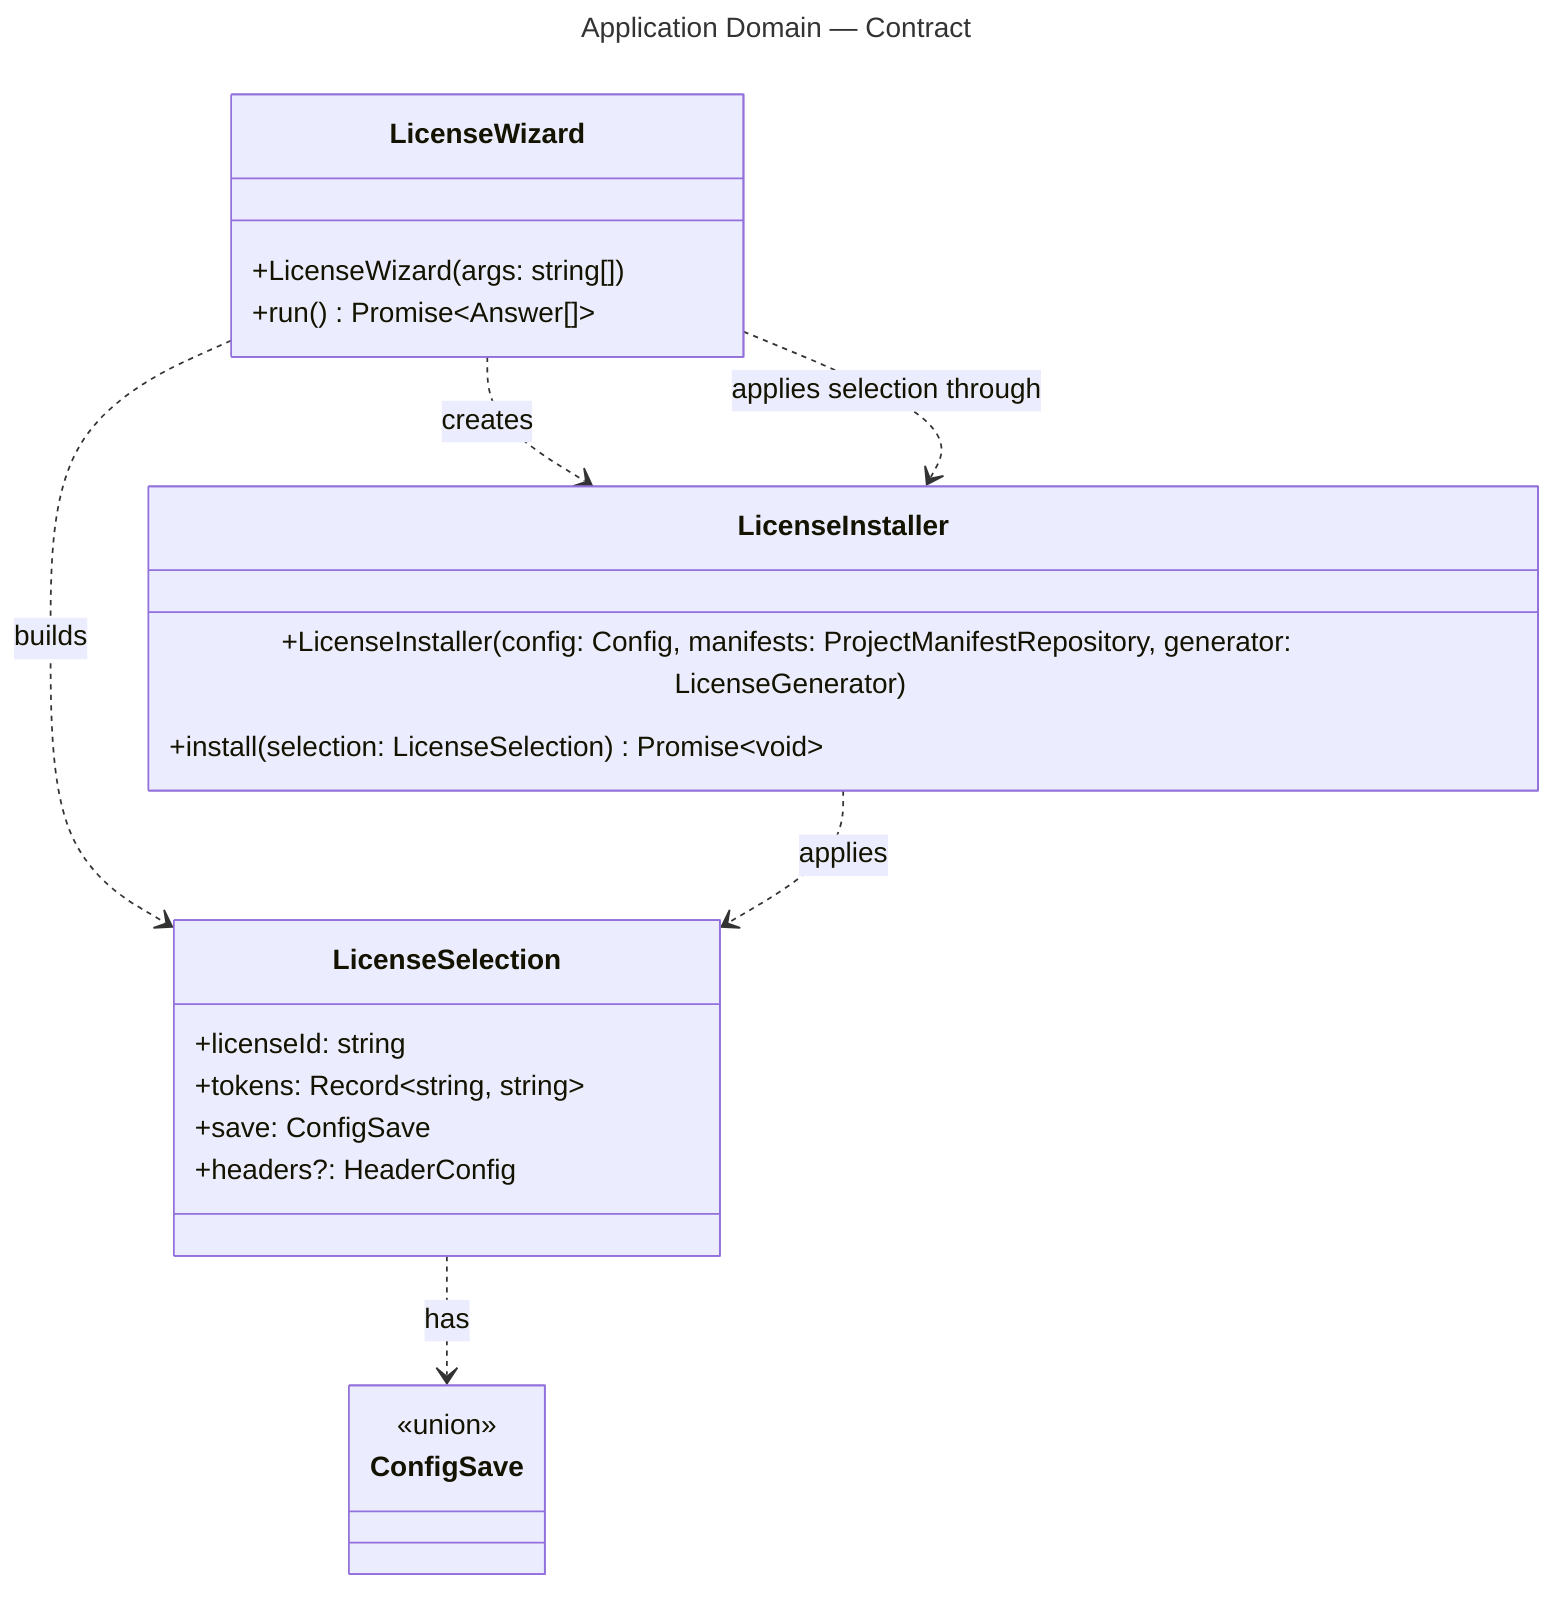
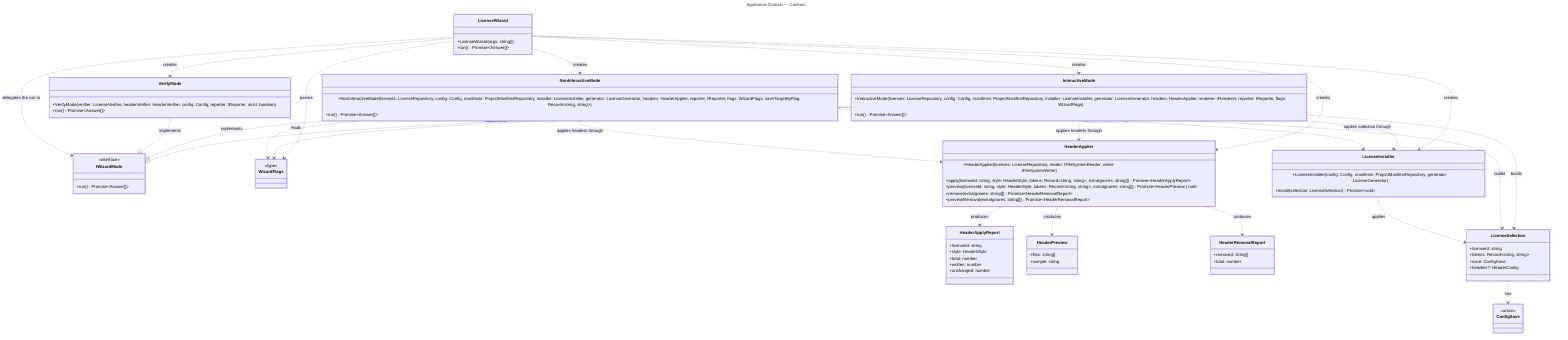
---
title: Application Domain — Contract
---
classDiagram
  direction TB

-   %% Domain: Application (src root)
+   %% Domain: Application (src root + src/modes)
  %% Focused per-domain view extracted from ../class-diagram.mmd.
  %% Shows ONLY Application-domain classes and their intra-domain relationships.
  %% Cross-domain relationships (to CLI, Licensing, Configuration, Headers, Verify)
  %% are intentionally omitted — see ../class-diagram.mmd for the full picture.
  %%
-   %% LicenseWizard is the bootstrap / composition root: it wires the whole
-   %% application together. Most of its relationships point outward into other
-   %% domains and so do not appear here.
+   %% LicenseWizard is the bootstrap / composition root and the mode router: it
+   %% wires the shared graph together and delegates each run to one of the three
+   %% modes through the IWizardMode contract. Most of its (and the modes')
+   %% relationships point outward into other domains and so do not appear here.

  class LicenseWizard {
    +LicenseWizard(args: string[])
    +run() Promise~Answer[]~
  }

+   class IWizardMode {
+     <<interface>>
+     +run() Promise~Answer[]~
+   }
+ 
+   class InteractiveMode {
+     +InteractiveMode(licenses: LicenseRepository, config: Config, manifests: ProjectManifestRepository, installer: LicenseInstaller, generator: LicenseGenerator, headers: HeaderApplier, renderer: IRenderer, reporter: IReporter, flags: WizardFlags)
+     +run() Promise~Answer[]~
+   }
+ 
+   class NonInteractiveMode {
+     +NonInteractiveMode(licenses: LicenseRepository, config: Config, manifests: ProjectManifestRepository, installer: LicenseInstaller, generator: LicenseGenerator, headers: HeaderApplier, reporter: IReporter, flags: WizardFlags, saveTargetByFlag: Record~string, string~)
+     +run() Promise~Answer[]~
+   }
+ 
+   class VerifyMode {
+     +VerifyMode(verifier: LicenseVerifier, headerVerifier: HeaderVerifier, config: Config, reporter: IReporter, strict: boolean)
+     +run() Promise~Answer[]~
+   }
+ 
+   class WizardFlags {
+     <<type>>
+   }
+ 
  class LicenseInstaller {
    +LicenseInstaller(config: Config, manifests: ProjectManifestRepository, generator: LicenseGenerator)
    +install(selection: LicenseSelection) Promise~void~
+   }
+ 
+   class HeaderApplier {
+     +HeaderApplier(licenses: LicenseRepository, reader: IFileSystemReader, writer: IFileSystemWriter)
+     +apply(licenseId: string, style: HeaderStyle, tokens: Record~string, string~, extraIgnores: string[]) Promise~HeaderApplyReport~
+     +preview(licenseId: string, style: HeaderStyle, tokens: Record~string, string~, extraIgnores: string[]) Promise~HeaderPreview | null~
+     +remove(extraIgnores: string[]) Promise~HeaderRemovalReport~
+     +previewRemoval(extraIgnores: string[]) Promise~HeaderRemovalReport~
+   }
+ 
+   class HeaderApplyReport {
+     +licenseId: string
+     +style: HeaderStyle
+     +total: number
+     +written: number
+     +unchanged: number
+   }
+ 
+   class HeaderPreview {
+     +files: string[]
+     +sample: string
+   }
+ 
+   class HeaderRemovalReport {
+     +removed: string[]
+     +total: number
  }

  class LicenseSelection {
    +licenseId: string
    +tokens: Record~string, string~
    +save: ConfigSave
    +headers?: HeaderConfig
  }

  class ConfigSave {
    <<union>>
  }

+   InteractiveMode ..|> IWizardMode : implements
+   NonInteractiveMode ..|> IWizardMode : implements
+   VerifyMode ..|> IWizardMode : implements
+ 
+   LicenseWizard ..> IWizardMode : delegates the run to
+   LicenseWizard ..> InteractiveMode : creates
+   LicenseWizard ..> NonInteractiveMode : creates
+   LicenseWizard ..> VerifyMode : creates
  LicenseWizard ..> LicenseInstaller : creates
-   LicenseWizard ..> LicenseInstaller : applies selection through
-   LicenseWizard ..> LicenseSelection : builds
+   LicenseWizard ..> HeaderApplier : creates
+   LicenseWizard ..> WizardFlags : parses
+ 
+   InteractiveMode ..> LicenseInstaller : applies selection through
+   NonInteractiveMode ..> LicenseInstaller : applies selection through
+   InteractiveMode ..> HeaderApplier : applies headers through
+   NonInteractiveMode ..> HeaderApplier : applies headers through
+   InteractiveMode ..> LicenseSelection : builds
+   NonInteractiveMode ..> LicenseSelection : builds
+   InteractiveMode ..> WizardFlags : reads
+   NonInteractiveMode ..> WizardFlags : reads
+ 
  LicenseInstaller ..> LicenseSelection : applies
  LicenseSelection ..> ConfigSave : has
+   HeaderApplier ..> HeaderApplyReport : produces
+   HeaderApplier ..> HeaderPreview : produces
+   HeaderApplier ..> HeaderRemovalReport : produces
